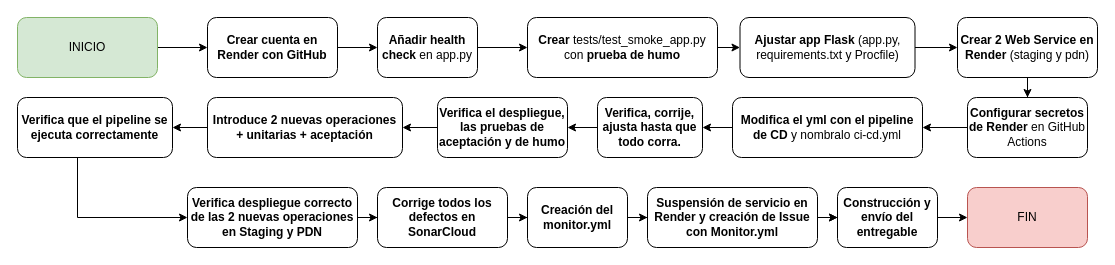
Above: Entregable3.drawio in dhoyoso/cicd_course (draw.io), before the change. Source tidied: cells renumbered, new cells numbered last; positions are measured from the earlier drawing's top-left corner, leaving out a move shared by most shapes. Both pictures are drawn from the tidied source at 100%, with x=0, y=0 at pixel (17, 17).
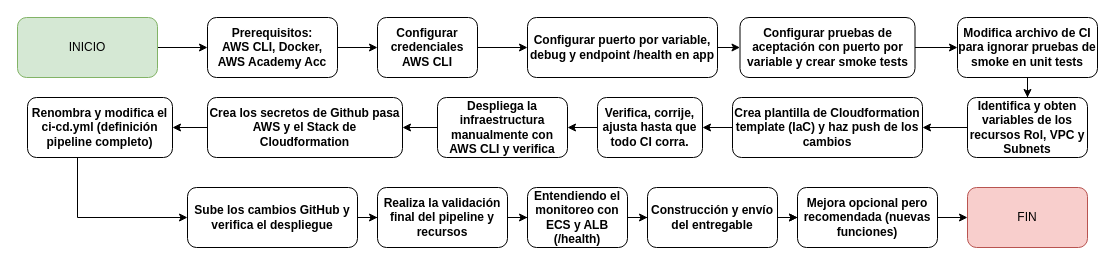
The same page after the edit.

Diff of the diagram source:
```diff
@@
-    <mxCell id="5" value="&lt;b&gt;Añadir health check&lt;/b&gt; en app.py" style="rounded=1;whiteSpace=wrap;html=1;" parent="1" vertex="1">
+    <mxCell id="5" value="&lt;b&gt;Configurar credenciales AWS CLI&lt;/b&gt;" style="rounded=1;whiteSpace=wrap;html=1;" parent="1" vertex="1">
       <mxGeometry x="360" width="100" height="60" as="geometry" />
     </mxCell>
@@
-    <mxCell id="7" value="&lt;b&gt;Crear &lt;/b&gt;tests/test_smoke_app.py con &lt;b&gt;prueba de humo&lt;/b&gt;" style="rounded=1;whiteSpace=wrap;html=1;" parent="1" vertex="1">
+    <mxCell id="7" value="&lt;b&gt;Configurar puerto por variable, debug y endpoint /health en app&lt;/b&gt;" style="rounded=1;whiteSpace=wrap;html=1;" parent="1" vertex="1">
       <mxGeometry x="510" width="190" height="60" as="geometry" />
     </mxCell>
@@
-    <mxCell id="9" value="&lt;b&gt;Ajustar app Flask&lt;/b&gt;&amp;nbsp;(app.py, requirements.txt y Procfile)" style="rounded=1;whiteSpace=wrap;html=1;" parent="1" vertex="1">
+    <mxCell id="9" value="&lt;b&gt;Configurar pruebas de aceptación con puerto por variable y crear smoke tests&lt;/b&gt;" style="rounded=1;whiteSpace=wrap;html=1;" parent="1" vertex="1">
       <mxGeometry x="722.5" width="175" height="60" as="geometry" />
     </mxCell>
@@
-    <mxCell id="11" value="&lt;b&gt;Configurar secretos de Render&lt;/b&gt; en GitHub Actions" style="rounded=1;whiteSpace=wrap;html=1;" parent="1" vertex="1">
+    <mxCell id="11" value="&lt;b&gt;Identifica y obten variables de los recursos Rol, VPC y Subnets&lt;/b&gt;" style="rounded=1;whiteSpace=wrap;html=1;" parent="1" vertex="1">
       <mxGeometry x="950" y="80" width="120" height="60" as="geometry" />
     </mxCell>
@@
-    <mxCell id="13" value="&lt;b&gt;Verifica, corrije, ajusta hasta que todo corra.&lt;/b&gt;" style="rounded=1;whiteSpace=wrap;html=1;" parent="1" vertex="1">
+    <mxCell id="13" value="&lt;b&gt;Verifica, corrije, ajusta hasta que todo CI corra.&lt;/b&gt;" style="rounded=1;whiteSpace=wrap;html=1;" parent="1" vertex="1">
       <mxGeometry x="580" y="80" width="105" height="60" as="geometry" />
     </mxCell>
@@
-    <mxCell id="15" value="&lt;b&gt;Verifica el despliegue, las pruebas de aceptación y de humo&lt;/b&gt;" style="rounded=1;whiteSpace=wrap;html=1;" parent="1" vertex="1">
+    <mxCell id="15" value="&lt;b&gt;Despliega la infraestructura manualmente con AWS CLI y verifica&lt;/b&gt;" style="rounded=1;whiteSpace=wrap;html=1;" parent="1" vertex="1">
       <mxGeometry x="420" y="80" width="130" height="60" as="geometry" />
     </mxCell>
@@
-    <mxCell id="17" value="Introduce 2 nuevas operaciones + unitarias + aceptación" style="rounded=1;whiteSpace=wrap;html=1;fontStyle=1;" parent="1" vertex="1">
+    <mxCell id="17" value="Crea los secretos de Github pasa AWS y el Stack de Cloudformation" style="rounded=1;whiteSpace=wrap;html=1;fontStyle=1;" parent="1" vertex="1">
       <mxGeometry x="190" y="80" width="195" height="60" as="geometry" />
     </mxCell>
@@
-    <mxCell id="19" value="Verifica que el pipeline se ejecuta correctamente" style="rounded=1;whiteSpace=wrap;html=1;fontStyle=1;" parent="1" vertex="1">
-      <mxGeometry y="80" width="155" height="60" as="geometry" />
+    <mxCell id="19" value="Renombra y modifica el ci-cd.yml (definición pipeline completo)" style="rounded=1;whiteSpace=wrap;html=1;fontStyle=1;" parent="1" vertex="1">
+      <mxGeometry x="10" y="80" width="145" height="60" as="geometry" />
     </mxCell>
@@
-    <mxCell id="21" value="Verifica despliegue correcto de las 2 nuevas operaciones en Staging y PDN" style="rounded=1;whiteSpace=wrap;html=1;fontStyle=1;" parent="1" vertex="1">
+    <mxCell id="21" value="Sube los cambios GitHub y verifica el despliegue" style="rounded=1;whiteSpace=wrap;html=1;fontStyle=1;" parent="1" vertex="1">
       <mxGeometry x="170" y="170" width="170" height="60" as="geometry" />
     </mxCell>
@@
-    <mxCell id="24" value="&lt;b&gt;Crear 2 Web Service en Render&lt;/b&gt; (staging y pdn)" style="rounded=1;whiteSpace=wrap;html=1;" parent="1" vertex="1">
+    <mxCell id="24" value="&lt;b&gt;Modifica archivo de CI para ignorar pruebas de smoke en unit tests&lt;/b&gt;" style="rounded=1;whiteSpace=wrap;html=1;" parent="1" vertex="1">
       <mxGeometry x="940" width="140" height="60" as="geometry" />
     </mxCell>
@@
-    <mxCell id="26" value="&lt;b&gt;Modifica el yml con el pipeline de CD&amp;nbsp;&lt;/b&gt;y nombralo ci-cd.yml" style="rounded=1;whiteSpace=wrap;html=1;" parent="1" vertex="1">
+    <mxCell id="26" value="&lt;b&gt;Crea plantilla de Cloudformation template (IaC) y haz push de los cambios&lt;/b&gt;" style="rounded=1;whiteSpace=wrap;html=1;" parent="1" vertex="1">
       <mxGeometry x="715" y="80" width="190" height="60" as="geometry" />
     </mxCell>
@@
-    <mxCell id="28" value="&lt;b&gt;Corrige todos los defectos en SonarCloud&lt;/b&gt;" style="rounded=1;whiteSpace=wrap;html=1;" parent="1" vertex="1">
+    <mxCell id="28" value="&lt;b&gt;Realiza la validación final del pipeline y recursos&lt;/b&gt;" style="rounded=1;whiteSpace=wrap;html=1;" parent="1" vertex="1">
       <mxGeometry x="360" y="170" width="130" height="60" as="geometry" />
     </mxCell>
@@
-    <mxCell id="30" value="Creación del monitor.yml" style="rounded=1;whiteSpace=wrap;html=1;fontStyle=1;" parent="1" vertex="1">
+    <mxCell id="30" value="Entendiendo el monitoreo con ECS y ALB (/health)" style="rounded=1;whiteSpace=wrap;html=1;fontStyle=1;" parent="1" vertex="1">
       <mxGeometry x="510" y="170" width="100" height="60" as="geometry" />
     </mxCell>
@@
-    <mxCell id="33" value="Suspensión de servicio en Render y creación de Issue con Monitor.yml" style="rounded=1;whiteSpace=wrap;html=1;fontStyle=1;" parent="1" vertex="1">
-      <mxGeometry x="630" y="170" width="170" height="60" as="geometry" />
+    <mxCell id="33" value="Construcción y envío del entregable" style="rounded=1;whiteSpace=wrap;html=1;fontStyle=1;" parent="1" vertex="1">
+      <mxGeometry x="630" y="170" width="130" height="60" as="geometry" />
     </mxCell>
@@
-    <mxCell id="35" value="Construcción y envío del entregable" style="rounded=1;whiteSpace=wrap;html=1;fontStyle=1;" parent="1" vertex="1">
-      <mxGeometry x="820" y="170" width="100" height="60" as="geometry" />
+    <mxCell id="35" value="Mejora opcional pero recomendada (nuevas funciones)" style="rounded=1;whiteSpace=wrap;html=1;fontStyle=1;" parent="1" vertex="1">
+      <mxGeometry x="780" y="170" width="140" height="60" as="geometry" />
     </mxCell>
@@
-    <mxCell id="37" value="&lt;b&gt;Crear cuenta en Render con GitHub&lt;/b&gt;" style="rounded=1;whiteSpace=wrap;html=1;" parent="1" vertex="1">
+    <mxCell id="37" value="&lt;b&gt;Prerequisitos:&lt;/b&gt;&lt;div&gt;&lt;b&gt;AWS CLI, Docker, AWS Academy Acc&lt;/b&gt;&lt;/div&gt;" style="rounded=1;whiteSpace=wrap;html=1;" parent="1" vertex="1">
       <mxGeometry x="190" width="130" height="60" as="geometry" />
     </mxCell>
```
